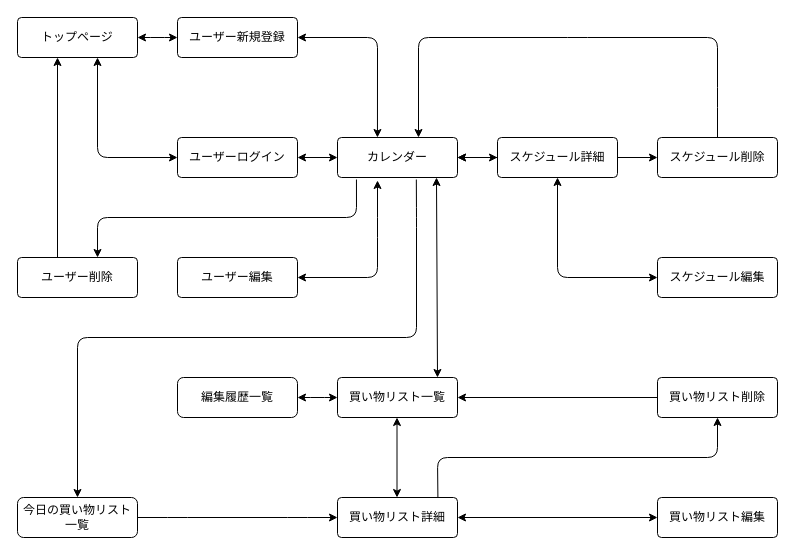
Earlier version of the draw.io diagram 画面遷移図.dio (wassyprince/shopping_days). Source tidied: cells renumbered, new cells numbered last; positions are measured from the earlier drawing's top-left corner, leaving out a move shared by most shapes. Both pictures are drawn from the tidied source at 100%, with x=0, y=0 at pixel (17, 17).
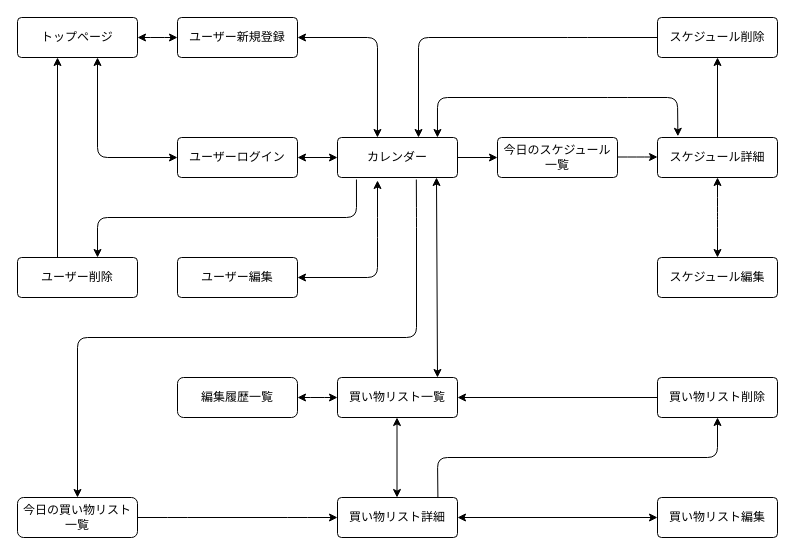
The same diagram, later.

The change refers to these unchanged cells:
```xml
<mxCell id="5" value="カレンダー" style="rounded=1;arcSize=10;whiteSpace=wrap;html=1;align=center;" parent="1" vertex="1">
  <mxGeometry x="320" y="120" width="120" height="40" as="geometry" />
</mxCell>
<mxCell id="19" value="スケジュール編集" style="rounded=1;arcSize=10;whiteSpace=wrap;html=1;align=center;" parent="1" vertex="1">
  <mxGeometry x="640" y="240" width="120" height="40" as="geometry" />
</mxCell>
```

The edit, as a diff of the source:
```diff
@@
-    <mxCell id="2" style="edgeStyle=none;html=1;" parent="1" edge="1" source="3" target="5">
-      <mxGeometry relative="1" as="geometry" />
-    </mxCell>
     <mxCell id="3" value="スケジュール詳細" style="rounded=1;arcSize=10;whiteSpace=wrap;html=1;align=center;" parent="1" vertex="1">
-      <mxGeometry x="480" y="120" width="120" height="40" as="geometry" />
+      <mxGeometry x="640" y="120" width="120" height="40" as="geometry" />
     </mxCell>
@@
-    <mxCell id="18" style="endArrow=classic;startArrow=classic;html=1;entryX=1;entryY=0.5;entryDx=0;entryDy=0;" parent="1" edge="1" target="5">
+    <mxCell id="18" style="endArrow=classic;startArrow=classic;html=1;entryX=0.833;entryY=0;entryDx=0;entryDy=0;entryPerimeter=0;exitX=0.17;exitY=-0.03;exitDx=0;exitDy=0;exitPerimeter=0;" parent="1" edge="1" source="3" target="5">
       <mxGeometry relative="1" as="geometry">
-        <mxPoint x="480" y="140" as="sourcePoint" />
         <Array as="points">
-          <mxPoint x="480" y="140" />
+          <mxPoint x="660" y="80" />
+          <mxPoint x="600" y="80" />
+          <mxPoint x="420" y="80" />
         </Array>
       </mxGeometry>
     </mxCell>
@@
     <mxCell id="20" value="スケジュール削除" style="rounded=1;arcSize=10;whiteSpace=wrap;html=1;align=center;" parent="1" vertex="1">
-      <mxGeometry x="640" y="120" width="120" height="40" as="geometry" />
+      <mxGeometry x="640" width="120" height="40" as="geometry" />
     </mxCell>
-    <mxCell id="21" style="endArrow=classic;html=1;exitX=0;exitY=1;exitDx=0;exitDy=0;" parent="1" edge="1">
+    <mxCell id="21" style="endArrow=classic;html=1;" parent="1" edge="1">
       <mxGeometry relative="1" as="geometry">
-        <mxPoint x="700" y="120" as="sourcePoint" />
+        <mxPoint x="640" y="20" as="sourcePoint" />
         <mxPoint x="401" y="120" as="targetPoint" />
         <Array as="points">
-          <mxPoint x="700" y="80" />
-          <mxPoint x="700" y="20" />
           <mxPoint x="560" y="20" />
           <mxPoint x="401" y="20" />
         </Array>
       </mxGeometry>
     </mxCell>
-    <mxCell id="22" style="endArrow=classic;html=1;entryX=0;entryY=0.5;entryDx=0;entryDy=0;exitX=0;exitY=1;exitDx=0;exitDy=0;" parent="1" edge="1" target="20">
-      <mxGeometry relative="1" as="geometry">
-        <mxPoint x="600" y="140" as="sourcePoint" />
-      </mxGeometry>
+    <mxCell id="22" style="endArrow=classic;html=1;entryX=0.5;entryY=1;entryDx=0;entryDy=0;exitX=0.5;exitY=0;exitDx=0;exitDy=0;" parent="1" edge="1" source="3" target="20">
+      <mxGeometry relative="1" as="geometry" />
     </mxCell>
-    <mxCell id="23" style="endArrow=classic;startArrow=classic;html=1;entryX=0;entryY=0.5;entryDx=0;entryDy=0;exitX=0.5;exitY=1;exitDx=0;exitDy=0;" parent="1" edge="1" source="3" target="19">
+    <mxCell id="23" style="endArrow=classic;startArrow=classic;html=1;entryX=0.5;entryY=0;entryDx=0;entryDy=0;exitX=0.5;exitY=1;exitDx=0;exitDy=0;" parent="1" edge="1" source="3" target="19">
       <mxGeometry relative="1" as="geometry">
         <Array as="points">
-          <mxPoint x="540" y="260" />
+          <mxPoint x="700" y="190" />
+          <mxPoint x="700" y="200" />
         </Array>
       </mxGeometry>
     </mxCell>
@@
+    <mxCell id="38" style="edgeStyle=none;html=1;entryX=0;entryY=0.5;entryDx=0;entryDy=0;exitX=1;exitY=0.5;exitDx=0;exitDy=0;" parent="1" edge="1" source="5" target="39">
+      <mxGeometry relative="1" as="geometry" />
+    </mxCell>
+    <mxCell id="39" value="今日のスケジュール一覧" style="rounded=1;arcSize=10;whiteSpace=wrap;html=1;align=center;" parent="1" vertex="1">
+      <mxGeometry x="480" y="120" width="120" height="40" as="geometry" />
+    </mxCell>
+    <mxCell id="40" style="endArrow=classic;html=1;entryX=0;entryY=0.5;entryDx=0;entryDy=0;exitX=1;exitY=0.5;exitDx=0;exitDy=0;" parent="1" edge="1">
+      <mxGeometry relative="1" as="geometry">
+        <mxPoint x="600" y="139.5" as="sourcePoint" />
+        <mxPoint x="640" y="139.5" as="targetPoint" />
+        <Array as="points">
+          <mxPoint x="620" y="139.5" />
+        </Array>
+      </mxGeometry>
+    </mxCell>
```
